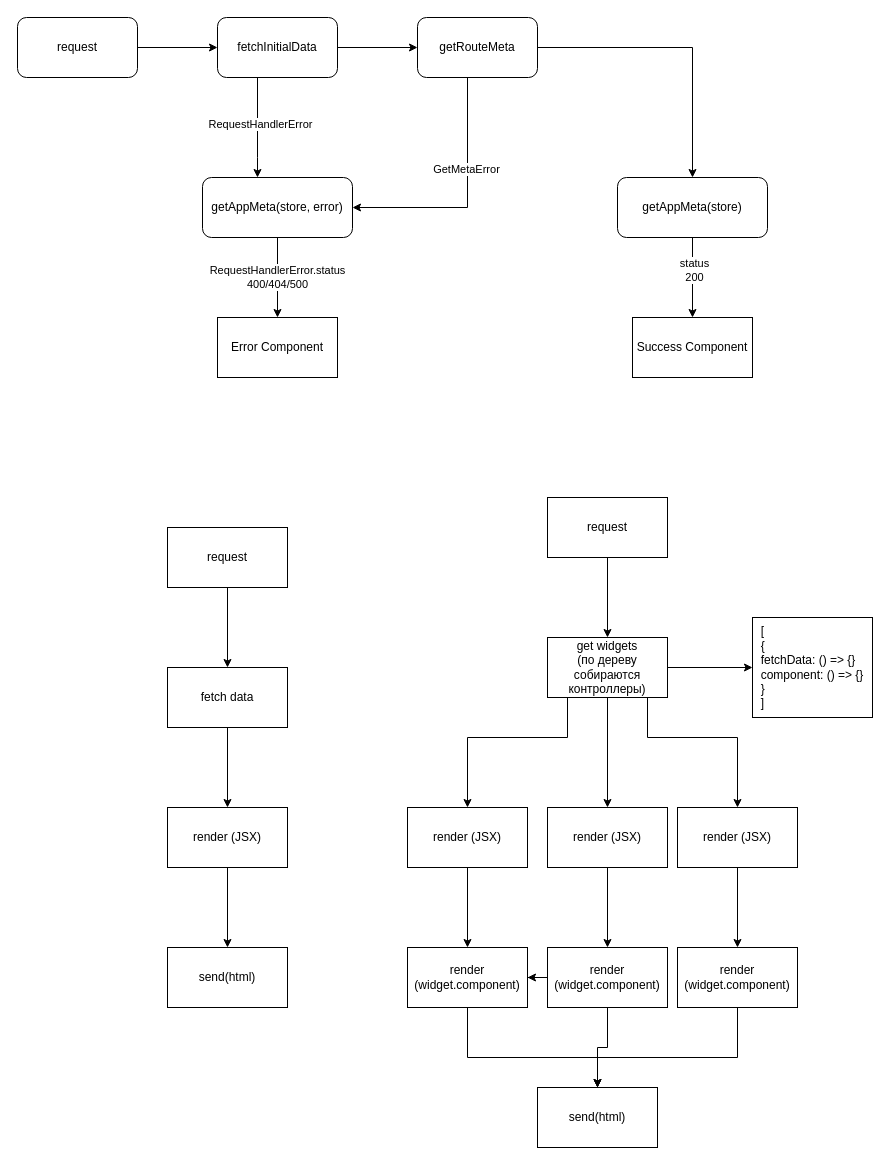
Before: tmp: объяснение проблемы использования helmet.drawio in FrontendMMA/schemas, a draw.io diagram. Source tidied: cells renumbered, new cells numbered last; positions are measured from the earlier drawing's top-left corner, leaving out a move shared by most shapes. Both pictures are drawn from the tidied source at 100%, with x=0, y=0 at pixel (17, 17).
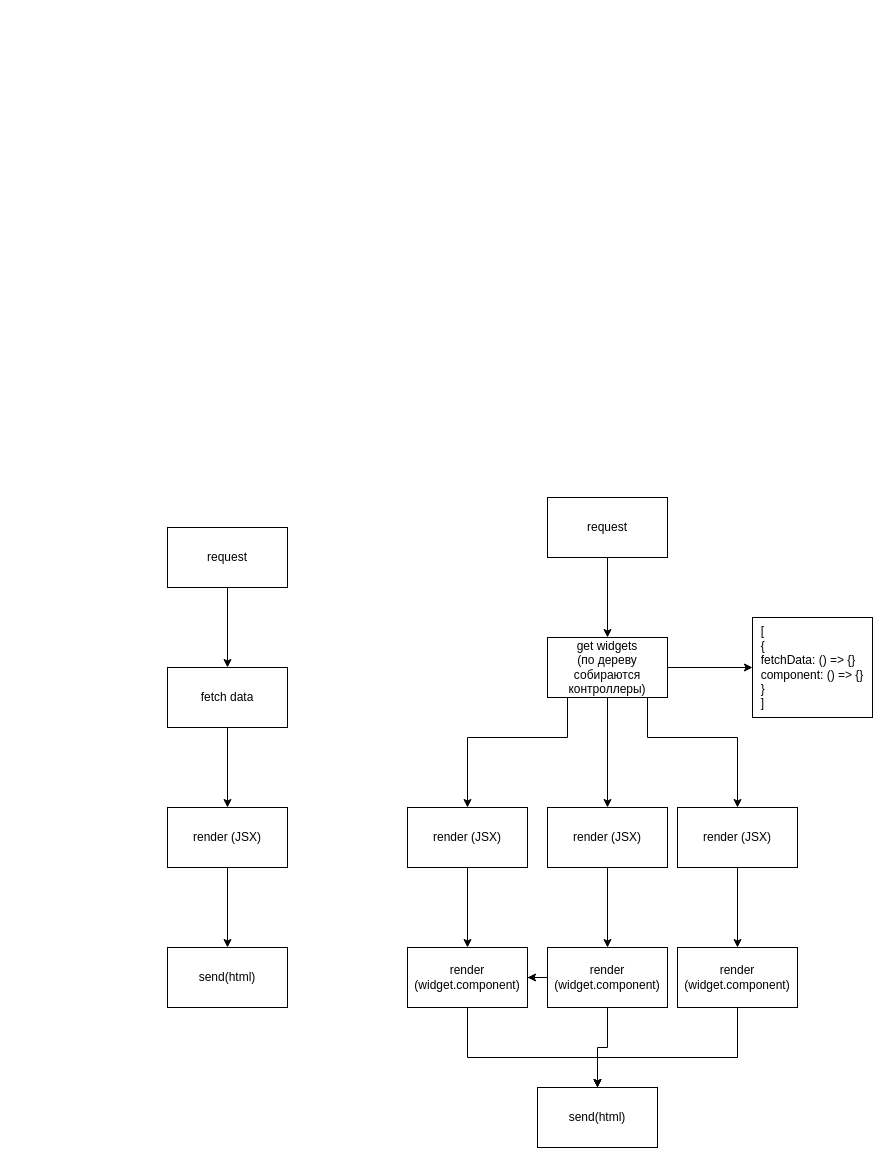
After the change.

The edit, as a diff of the source:
```diff
@@
-    <mxCell id="2" style="edgeStyle=orthogonalEdgeStyle;rounded=0;jettySize=auto;html=1;" parent="1" edge="1" source="3" target="7">
-      <mxGeometry relative="1" as="geometry" />
-    </mxCell>
-    <mxCell id="3" value="request" style="rounded=1;whiteSpace=wrap;html=1;" parent="1" vertex="1">
-      <mxGeometry width="120" height="60" as="geometry" />
-    </mxCell>
-    <mxCell id="4" style="edgeStyle=orthogonalEdgeStyle;rounded=0;jettySize=auto;html=1;" parent="1" edge="1" source="7" target="11">
-      <mxGeometry relative="1" as="geometry" />
-    </mxCell>
-    <mxCell id="5" style="edgeStyle=orthogonalEdgeStyle;rounded=0;jettySize=auto;html=1;" parent="1" edge="1" source="7" target="13">
-      <mxGeometry relative="1" as="geometry">
-        <Array as="points">
-          <mxPoint x="240" y="140" />
-          <mxPoint x="240" y="140" />
-        </Array>
-      </mxGeometry>
-    </mxCell>
-    <mxCell id="6" value="RequestHandlerError" style="edgeLabel;html=1;align=center;verticalAlign=middle;" parent="5" vertex="1">
-      <mxGeometry x="-0.09" y="2" relative="1" as="geometry" />
-    </mxCell>
-    <mxCell id="7" value="fetchInitialData" style="whiteSpace=wrap;html=1;rounded=1;" parent="1" vertex="1">
-      <mxGeometry x="200" width="120" height="60" as="geometry" />
-    </mxCell>
-    <mxCell id="8" style="edgeStyle=orthogonalEdgeStyle;rounded=0;jettySize=auto;html=1;" parent="1" edge="1" source="11" target="16">
-      <mxGeometry relative="1" as="geometry" />
-    </mxCell>
-    <mxCell id="9" style="edgeStyle=orthogonalEdgeStyle;rounded=0;jettySize=auto;html=1;entryX=1;entryY=0.5;entryDx=0;entryDy=0;" parent="1" edge="1" source="11" target="13">
-      <mxGeometry relative="1" as="geometry">
-        <Array as="points">
-          <mxPoint x="450" y="190" />
-        </Array>
-      </mxGeometry>
-    </mxCell>
-    <mxCell id="10" value="GetMetaError" style="edgeLabel;html=1;align=center;verticalAlign=middle;" parent="9" vertex="1">
-      <mxGeometry y="-2" relative="1" as="geometry">
-        <mxPoint y="-32" as="offset" />
-      </mxGeometry>
-    </mxCell>
-    <mxCell id="11" value="getRouteMeta" style="whiteSpace=wrap;html=1;rounded=1;" parent="1" vertex="1">
-      <mxGeometry x="400" width="120" height="60" as="geometry" />
-    </mxCell>
-    <mxCell id="12" value="RequestHandlerError.status&lt;br&gt;400/404/500" style="edgeStyle=orthogonalEdgeStyle;rounded=0;jettySize=auto;html=1;" parent="1" edge="1" source="13" target="18">
-      <mxGeometry relative="1" as="geometry" />
-    </mxCell>
-    <mxCell id="13" value="getAppMeta(store, error)" style="whiteSpace=wrap;html=1;rounded=1;" parent="1" vertex="1">
-      <mxGeometry x="185" y="160" width="150" height="60" as="geometry" />
-    </mxCell>
-    <mxCell id="14" style="edgeStyle=orthogonalEdgeStyle;rounded=0;jettySize=auto;html=1;" parent="1" edge="1" source="16" target="17">
-      <mxGeometry relative="1" as="geometry" />
-    </mxCell>
-    <mxCell id="15" value="status&lt;br&gt;200" style="edgeLabel;html=1;align=center;verticalAlign=middle;" parent="14" vertex="1">
-      <mxGeometry x="-0.19" y="1" relative="1" as="geometry" />
-    </mxCell>
-    <mxCell id="16" value="getAppMeta(store)" style="whiteSpace=wrap;html=1;rounded=1;" parent="1" vertex="1">
-      <mxGeometry x="600" y="160" width="150" height="60" as="geometry" />
-    </mxCell>
-    <mxCell id="17" value="Success Component" style="rounded=0;whiteSpace=wrap;html=1;" parent="1" vertex="1">
-      <mxGeometry x="615" y="300" width="120" height="60" as="geometry" />
-    </mxCell>
-    <mxCell id="18" value="Error Component" style="rounded=0;whiteSpace=wrap;html=1;" parent="1" vertex="1">
-      <mxGeometry x="200" y="300" width="120" height="60" as="geometry" />
-    </mxCell>
```
